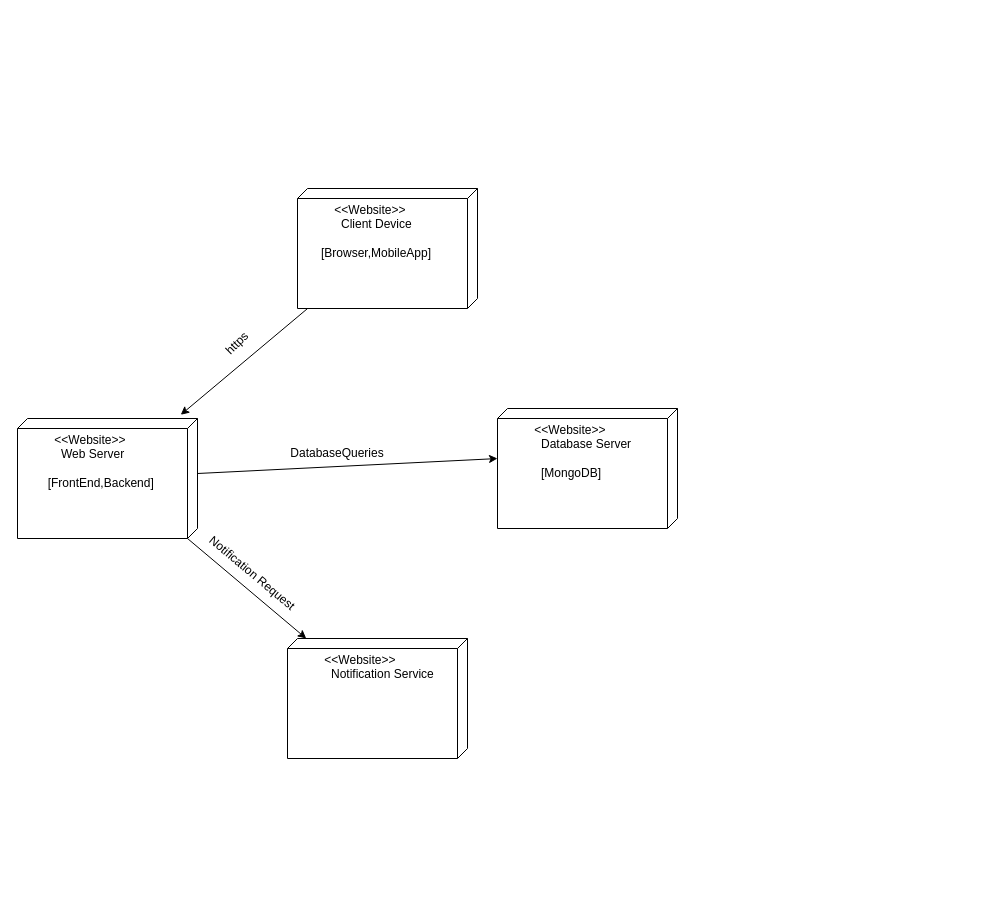
The draw.io diagram 16 - Deployment Diagram/deployment diagram.drawio in muhammadahsanmirza/fyp-constituency-connect, before the edit. Source tidied: cells renumbered, new cells numbered last; positions are measured from the earlier drawing's top-left corner, leaving out a move shared by most shapes. Both pictures are drawn from the tidied source at 100%, with x=0, y=0 at pixel (17, 188).
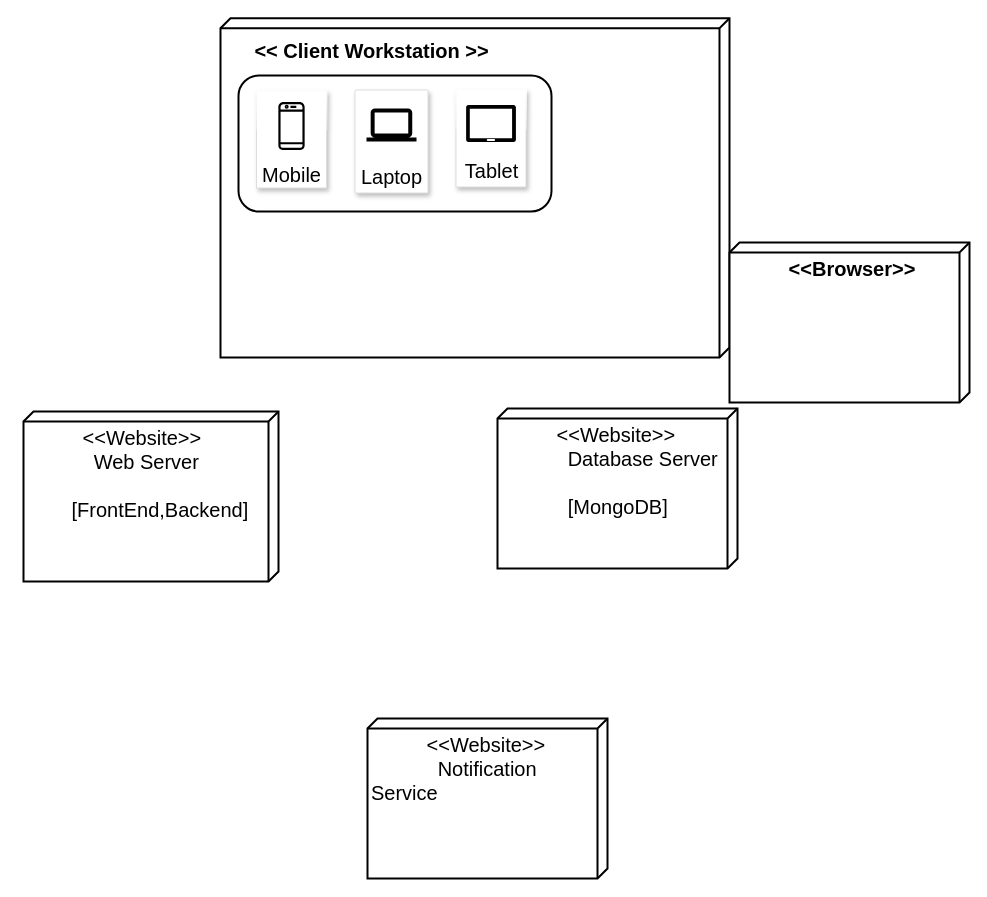
The same diagram, later.

Commit message (it also covers changes not shown here):
Add Deployment Diagram

The edit, as a diff of the source:
```diff
@@
 <mxGraphModel>
   <root>
     <mxCell id="0" />
     <mxCell id="1" parent="0" />
-    <mxCell id="2" value="&amp;nbsp; &amp;nbsp; &amp;nbsp; &amp;nbsp; &amp;nbsp; &amp;lt;&amp;lt;Website&amp;gt;&amp;gt;&lt;div&gt;&amp;nbsp; &amp;nbsp; &amp;nbsp; &amp;nbsp; &amp;nbsp; &amp;nbsp; Client Device&lt;/div&gt;&lt;div&gt;&lt;br&gt;&lt;/div&gt;&lt;div&gt;&amp;nbsp; &amp;nbsp; &amp;nbsp; [Browser,MobileApp]&lt;/div&gt;" style="verticalAlign=top;align=left;spacingTop=8;spacingLeft=2;spacingRight=12;shape=cube;size=10;direction=south;fontStyle=0;html=1;whiteSpace=wrap;" parent="1" vertex="1">
-      <mxGeometry x="280" width="180" height="120" as="geometry" />
+    <mxCell id="2" style="verticalAlign=top;align=left;spacingTop=8;spacingLeft=2;spacingRight=12;shape=cube;size=10;direction=south;fontStyle=0;html=1;whiteSpace=wrap;strokeWidth=2;fontSize=20;" parent="1" vertex="1">
+      <mxGeometry x="203" y="-170.3" width="509" height="339.3" as="geometry" />
     </mxCell>
-    <mxCell id="3" value="&amp;nbsp; &amp;nbsp; &amp;nbsp; &amp;nbsp; &amp;nbsp; &amp;lt;&amp;lt;Website&amp;gt;&amp;gt;&lt;div&gt;&amp;nbsp; &amp;nbsp; &amp;nbsp; &amp;nbsp; &amp;nbsp; &amp;nbsp; Notification Service&lt;/div&gt;&lt;div&gt;&lt;br&gt;&lt;/div&gt;&lt;div&gt;&amp;nbsp; &amp;nbsp; &amp;nbsp; &amp;nbsp; &amp;nbsp; &amp;nbsp;&lt;/div&gt;" style="verticalAlign=top;align=left;spacingTop=8;spacingLeft=2;spacingRight=12;shape=cube;size=10;direction=south;fontStyle=0;html=1;whiteSpace=wrap;" parent="1" vertex="1">
-      <mxGeometry x="270" y="450" width="180" height="120" as="geometry" />
+    <mxCell id="3" value="&amp;nbsp; &amp;nbsp; &amp;nbsp; &amp;nbsp; &amp;nbsp; &amp;lt;&amp;lt;Website&amp;gt;&amp;gt;&lt;div&gt;&amp;nbsp; &amp;nbsp; &amp;nbsp; &amp;nbsp; &amp;nbsp; &amp;nbsp; Notification Service&lt;/div&gt;&lt;div&gt;&lt;br&gt;&lt;/div&gt;&lt;div&gt;&amp;nbsp; &amp;nbsp; &amp;nbsp; &amp;nbsp; &amp;nbsp; &amp;nbsp;&lt;/div&gt;" style="verticalAlign=top;align=left;spacingTop=8;spacingLeft=2;spacingRight=12;shape=cube;size=10;direction=south;fontStyle=0;html=1;whiteSpace=wrap;strokeWidth=2;fontSize=20;" parent="1" vertex="1">
+      <mxGeometry x="350" y="530" width="240" height="160" as="geometry" />
     </mxCell>
-    <mxCell id="4" value="&amp;nbsp; &amp;nbsp; &amp;nbsp; &amp;nbsp; &amp;nbsp; &amp;lt;&amp;lt;Website&amp;gt;&amp;gt;&lt;div&gt;&amp;nbsp; &amp;nbsp; &amp;nbsp; &amp;nbsp; &amp;nbsp; &amp;nbsp; Database Server&lt;/div&gt;&lt;div&gt;&amp;nbsp; &amp;nbsp; &amp;nbsp; &amp;nbsp; &amp;nbsp; &amp;nbsp;&amp;nbsp;&lt;/div&gt;&lt;div&gt;&amp;nbsp; &amp;nbsp; &amp;nbsp; &amp;nbsp; &amp;nbsp; &amp;nbsp; [MongoDB]&lt;/div&gt;" style="verticalAlign=top;align=left;spacingTop=8;spacingLeft=2;spacingRight=12;shape=cube;size=10;direction=south;fontStyle=0;html=1;whiteSpace=wrap;" parent="1" vertex="1">
-      <mxGeometry x="480" y="220" width="180" height="120" as="geometry" />
+    <mxCell id="4" value="&amp;nbsp; &amp;nbsp; &amp;nbsp; &amp;nbsp; &amp;nbsp; &amp;lt;&amp;lt;Website&amp;gt;&amp;gt;&lt;div&gt;&amp;nbsp; &amp;nbsp; &amp;nbsp; &amp;nbsp; &amp;nbsp; &amp;nbsp; Database Server&lt;/div&gt;&lt;div&gt;&amp;nbsp; &amp;nbsp; &amp;nbsp; &amp;nbsp; &amp;nbsp; &amp;nbsp;&amp;nbsp;&lt;/div&gt;&lt;div&gt;&amp;nbsp; &amp;nbsp; &amp;nbsp; &amp;nbsp; &amp;nbsp; &amp;nbsp; [MongoDB]&lt;/div&gt;" style="verticalAlign=top;align=left;spacingTop=8;spacingLeft=2;spacingRight=12;shape=cube;size=10;direction=south;fontStyle=0;html=1;whiteSpace=wrap;strokeWidth=2;fontSize=20;" parent="1" vertex="1">
+      <mxGeometry x="480" y="220" width="240" height="160" as="geometry" />
     </mxCell>
-    <mxCell id="5" value="&amp;nbsp; &amp;nbsp; &amp;nbsp; &amp;nbsp; &amp;nbsp; &amp;lt;&amp;lt;Website&amp;gt;&amp;gt;&lt;div&gt;&amp;nbsp; &amp;nbsp; &amp;nbsp; &amp;nbsp; &amp;nbsp; &amp;nbsp; Web Server&lt;/div&gt;&lt;div&gt;&amp;nbsp;&amp;nbsp;&lt;/div&gt;&lt;div&gt;&amp;nbsp; &amp;nbsp; &amp;nbsp; &amp;nbsp; [FrontEnd,Backend]&lt;/div&gt;" style="verticalAlign=top;align=left;spacingTop=8;spacingLeft=2;spacingRight=12;shape=cube;size=10;direction=south;fontStyle=0;html=1;whiteSpace=wrap;" parent="1" vertex="1">
-      <mxGeometry y="230" width="180" height="120" as="geometry" />
+    <mxCell id="5" value="&amp;nbsp; &amp;nbsp; &amp;nbsp; &amp;nbsp; &amp;nbsp; &amp;lt;&amp;lt;Website&amp;gt;&amp;gt;&lt;div&gt;&amp;nbsp; &amp;nbsp; &amp;nbsp; &amp;nbsp; &amp;nbsp; &amp;nbsp; Web Server&lt;/div&gt;&lt;div&gt;&amp;nbsp;&amp;nbsp;&lt;/div&gt;&lt;div&gt;&amp;nbsp; &amp;nbsp; &amp;nbsp; &amp;nbsp; [FrontEnd,Backend]&lt;/div&gt;" style="verticalAlign=top;align=left;spacingTop=8;spacingLeft=2;spacingRight=12;shape=cube;size=10;direction=south;fontStyle=0;html=1;whiteSpace=wrap;strokeWidth=2;fontSize=20;" parent="1" vertex="1">
+      <mxGeometry x="6" y="223" width="255" height="170" as="geometry" />
     </mxCell>
-    <mxCell id="6" style="endArrow=classic;html=1;rounded=0;exitX=1;exitY=0.944;exitDx=0;exitDy=0;exitPerimeter=0;entryX=-0.031;entryY=0.093;entryDx=0;entryDy=0;entryPerimeter=0;" parent="1" edge="1" source="2" target="5">
-      <mxGeometry relative="1" as="geometry" />
-    </mxCell>
-    <mxCell id="7" value="https" style="text;html=1;align=center;verticalAlign=middle;whiteSpace=wrap;rounded=0;rotation=-45;" parent="1" vertex="1">
-      <mxGeometry x="190" y="140" width="60" height="30" as="geometry" />
-    </mxCell>
-    <mxCell id="8" style="endArrow=classic;html=1;rounded=0;entryX=0.417;entryY=1;entryDx=0;entryDy=0;entryPerimeter=0;exitX=0;exitY=0;exitDx=55;exitDy=0;exitPerimeter=0;" parent="1" edge="1" source="5" target="4">
-      <mxGeometry relative="1" as="geometry" />
-    </mxCell>
-    <mxCell id="9" value="DatabaseQueries" style="text;html=1;align=center;verticalAlign=middle;whiteSpace=wrap;rounded=0;" parent="1" vertex="1">
-      <mxGeometry x="290" y="250" width="60" height="30" as="geometry" />
-    </mxCell>
-    <mxCell id="10" style="endArrow=classic;html=1;rounded=0;exitX=0;exitY=0;exitDx=120;exitDy=10;exitPerimeter=0;" parent="1" edge="1" source="5" target="3">
-      <mxGeometry relative="1" as="geometry" />
-    </mxCell>
-    <mxCell id="11" value="Notification Request" style="text;html=1;align=center;verticalAlign=middle;whiteSpace=wrap;rounded=0;rotation=40;" parent="1" vertex="1">
-      <mxGeometry x="180" y="370" width="110" height="30" as="geometry" />
-    </mxCell>
+    <mxCell id="12" value="&lt;font style=&quot;font-size: 20px;&quot;&gt;&lt;b&gt;&amp;lt;&amp;lt; Client Workstation &amp;gt;&amp;gt;&lt;/b&gt;&lt;/font&gt;" style="text;html=1;align=center;verticalAlign=middle;strokeColor=none;fillColor=none;" parent="1" vertex="1">
+      <mxGeometry x="228" y="-156" width="252" height="36" as="geometry" />
+    </mxCell>
+    <mxCell id="13" value="&lt;font color=&quot;#000000&quot; style=&quot;font-size: 20px;&quot;&gt;Laptop&lt;/font&gt;" style="strokeColor=#dddddd;shadow=1;strokeWidth=1;rounded=1;absoluteArcSize=1;arcSize=2;labelPosition=center;verticalLabelPosition=middle;align=center;verticalAlign=bottom;spacingLeft=0;fontColor=#999999;fontSize=12;whiteSpace=wrap;spacingBottom=2;html=1;" parent="1" vertex="1">
+      <mxGeometry x="337.5" y="-98.5" width="73" height="103" as="geometry" />
+    </mxCell>
+    <mxCell id="14" style="sketch=0;dashed=0;html=1;fillColor=#000000;strokeColor=none;shape=mxgraph.gcp2.laptop;" parent="13" vertex="1">
+      <mxGeometry x="0.5" width="50" height="33" relative="1" as="geometry">
+        <mxPoint x="-25" y="18.5" as="offset" />
+      </mxGeometry>
+    </mxCell>
+    <mxCell id="15" style="group;" parent="13" vertex="1">
+      <mxGeometry x="-99" y="1" width="71" height="102" as="geometry" />
+    </mxCell>
+    <mxCell id="16" style="rounded=0;whiteSpace=wrap;html=1;shadow=1;strokeColor=#dddddd;glass=1;" parent="15" vertex="1">
+      <mxGeometry x="0.5" width="70" height="97" as="geometry" />
+    </mxCell>
+    <mxCell id="17" value="&lt;font color=&quot;#000000&quot; style=&quot;font-size: 20px;&quot;&gt;Mobile&lt;/font&gt;" style="sketch=0;fontColor=#232F3E;gradientColor=none;strokeColor=#000000;fillColor=#ffffff;dashed=0;verticalLabelPosition=bottom;verticalAlign=top;align=center;html=1;fontSize=12;fontStyle=0;shape=mxgraph.aws4.resourceIcon;resIcon=mxgraph.aws4.mobile_client;" parent="15" vertex="1">
+      <mxGeometry x="5.5" y="5" width="60" height="60" as="geometry" />
+    </mxCell>
+    <mxCell id="18" style="group;" parent="1" vertex="1">
+      <mxGeometry x="438" y="-98.5" width="71" height="98" as="geometry" />
+    </mxCell>
+    <mxCell id="19" style="rounded=0;whiteSpace=wrap;html=1;shadow=1;strokeColor=#dddddd;glass=1;" parent="18" vertex="1">
+      <mxGeometry x="0.5" width="70" height="97" as="geometry" />
+    </mxCell>
+    <mxCell id="20" style="sketch=0;shadow=0;dashed=0;html=1;strokeColor=none;labelPosition=center;verticalLabelPosition=bottom;verticalAlign=top;align=center;fillColor=#000000;shape=mxgraph.azure.tablet;" parent="18" vertex="1">
+      <mxGeometry x="10.5" y="15" width="50" height="37" as="geometry" />
+    </mxCell>
+    <mxCell id="21" value="&lt;font style=&quot;font-size: 20px;&quot;&gt;Tablet&lt;/font&gt;" style="text;html=1;align=center;verticalAlign=middle;strokeColor=none;fillColor=none;" parent="18" vertex="1">
+      <mxGeometry y="62" width="71" height="36" as="geometry" />
+    </mxCell>
+    <mxCell id="22" style="rounded=1;whiteSpace=wrap;html=1;fillColor=none;strokeWidth=2;" parent="1" vertex="1">
+      <mxGeometry x="221" y="-113" width="313" height="136" as="geometry" />
+    </mxCell>
+    <mxCell id="23" value="&amp;nbsp; &amp;nbsp; &amp;nbsp; &amp;nbsp; &amp;nbsp; &lt;b&gt;&amp;lt;&amp;lt;Browser&amp;gt;&amp;gt;&lt;/b&gt;" style="verticalAlign=top;align=left;spacingTop=8;spacingLeft=2;spacingRight=12;shape=cube;size=10;direction=south;fontStyle=0;html=1;whiteSpace=wrap;strokeWidth=2;fontSize=20;" parent="1" vertex="1">
+      <mxGeometry x="712" y="54" width="240" height="160" as="geometry" />
+    </mxCell>
   </root>
 </mxGraphModel>
```
